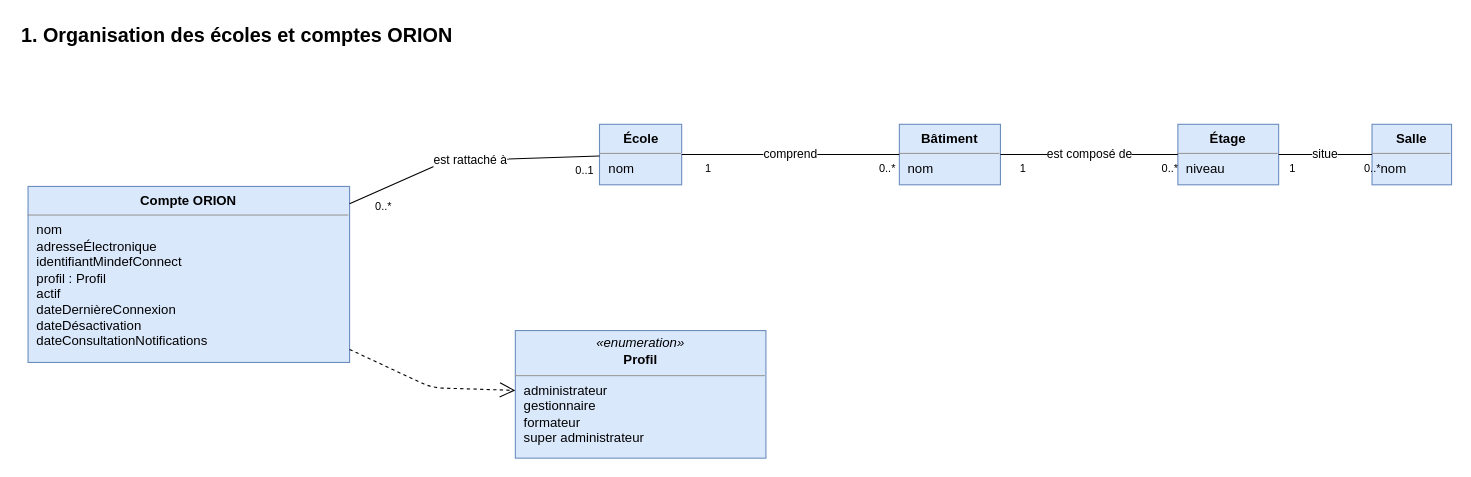
Before: page "Organisation des écoles et comptes ORION" (1 of 5) of docs/02-ANALYSE/02-CAPTURE-DES-BESOINS/09-DIAGRAMME-CLASSES-METIER.drawio in bpierrelouis/aster, a draw.io diagram. Source tidied: cells renumbered, new cells numbered last; positions are measured from the earlier drawing's top-left corner, leaving out a move shared by most shapes. Both pictures are drawn from the tidied source at 110%, with x=0, y=0 at pixel (19, 19).
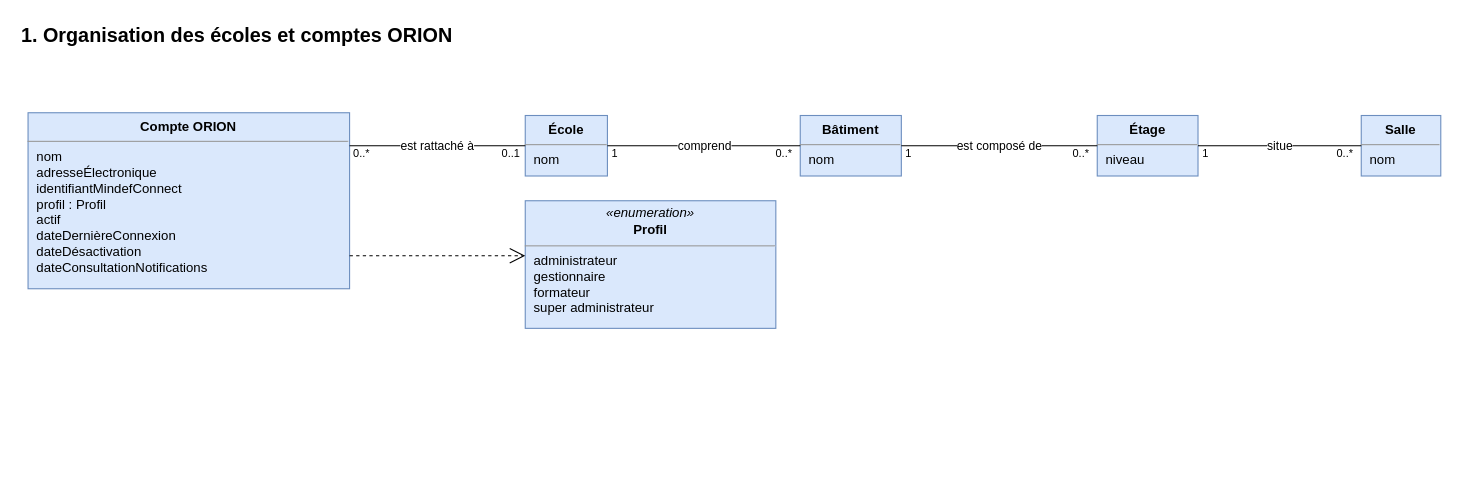
The same page after the edit.

The edit, as a diff of the source:
```diff
@@
     <mxCell id="3" value="&lt;p style=&quot;margin:0;margin-top:6px;text-align:center;&quot;&gt;&lt;b&gt;École&lt;/b&gt;&lt;/p&gt;&lt;hr size=&quot;1&quot;/&gt;&lt;p style=&quot;margin:0;margin-left:8px;&quot;&gt;nom&lt;/p&gt;" style="verticalAlign=top;align=left;overflow=fill;html=1;whiteSpace=wrap;fontSize=12;fillColor=#dae8fc;strokeColor=#6c8ebf;" parent="1" vertex="1">
-      <mxGeometry x="527.5" y="95.5" width="74.7" height="55" as="geometry" />
+      <mxGeometry x="460" y="87.5" width="74.7" height="55" as="geometry" />
     </mxCell>
     <mxCell id="4" value="&lt;p style=&quot;margin:0;margin-top:6px;text-align:center;&quot;&gt;&lt;b&gt;Bâtiment&lt;/b&gt;&lt;/p&gt;&lt;hr size=&quot;1&quot;/&gt;&lt;p style=&quot;margin:0;margin-left:8px;&quot;&gt;nom&lt;/p&gt;" style="verticalAlign=top;align=left;overflow=fill;html=1;whiteSpace=wrap;fontSize=12;fillColor=#dae8fc;strokeColor=#6c8ebf;" parent="1" vertex="1">
-      <mxGeometry x="800.1" y="95.5" width="91.9" height="55" as="geometry" />
+      <mxGeometry x="710" y="87.5" width="91.9" height="55" as="geometry" />
     </mxCell>
     <mxCell id="5" value="&lt;p style=&quot;margin:0;margin-top:6px;text-align:center;&quot;&gt;&lt;b&gt;Étage&lt;/b&gt;&lt;/p&gt;&lt;hr size=&quot;1&quot;/&gt;&lt;p style=&quot;margin:0;margin-left:8px;&quot;&gt;niveau&lt;/p&gt;" style="verticalAlign=top;align=left;overflow=fill;html=1;whiteSpace=wrap;fontSize=12;fillColor=#dae8fc;strokeColor=#6c8ebf;" parent="1" vertex="1">
-      <mxGeometry x="1053.3" y="95.5" width="91.6" height="55" as="geometry" />
+      <mxGeometry x="980" y="87.5" width="91.6" height="55" as="geometry" />
     </mxCell>
     <mxCell id="6" value="&lt;p style=&quot;margin:0;margin-top:6px;text-align:center;&quot;&gt;&lt;b&gt;Salle&lt;/b&gt;&lt;/p&gt;&lt;hr size=&quot;1&quot;/&gt;&lt;p style=&quot;margin:0;margin-left:8px;&quot;&gt;nom&lt;/p&gt;" style="verticalAlign=top;align=left;overflow=fill;html=1;whiteSpace=wrap;fontSize=12;fillColor=#dae8fc;strokeColor=#6c8ebf;" parent="1" vertex="1">
-      <mxGeometry x="1229.8" y="95.5" width="72.3" height="55" as="geometry" />
+      <mxGeometry x="1220" y="87.5" width="72.3" height="55" as="geometry" />
     </mxCell>
     <mxCell id="7" value="&lt;p style=&quot;margin:0;margin-top:6px;text-align:center;&quot;&gt;&lt;b&gt;Compte ORION&lt;/b&gt;&lt;/p&gt;&lt;hr size=&quot;1&quot;/&gt;&lt;p style=&quot;margin:0;margin-left:8px;&quot;&gt;nom&lt;br&gt;adresseÉlectronique&lt;br&gt;identifiantMindefConnect&lt;br&gt;profil : Profil&lt;br&gt;actif&lt;br&gt;dateDernièreConnexion&lt;br&gt;dateDésactivation&lt;br&gt;dateConsultationNotifications&lt;/p&gt;" style="verticalAlign=top;align=left;overflow=fill;html=1;whiteSpace=wrap;fontSize=12;fillColor=#dae8fc;strokeColor=#6c8ebf;" parent="1" vertex="1">
-      <mxGeometry x="8" y="152" width="292.3" height="160" as="geometry" />
+      <mxGeometry x="8" y="85" width="292.3" height="160" as="geometry" />
     </mxCell>
     <mxCell id="8" value="&lt;p style=&quot;margin:0;margin-top:4px;text-align:center;&quot;&gt;&lt;i&gt;«enumeration»&lt;/i&gt;&lt;/p&gt;&lt;p style=&quot;margin:0;margin-top:2px;text-align:center;&quot;&gt;&lt;b&gt;Profil&lt;/b&gt;&lt;/p&gt;&lt;hr size=&quot;1&quot;/&gt;&lt;p style=&quot;margin:0;margin-left:8px;&quot;&gt;administrateur&lt;br&gt;gestionnaire&lt;br&gt;formateur&lt;br&gt;super administrateur&lt;/p&gt;" style="verticalAlign=top;align=left;overflow=fill;html=1;whiteSpace=wrap;fontSize=12;fillColor=#dae8fc;strokeColor=#6c8ebf;" parent="1" vertex="1">
-      <mxGeometry x="451" y="283" width="227.8" height="116" as="geometry" />
+      <mxGeometry x="460" y="165" width="227.8" height="116" as="geometry" />
     </mxCell>
-    <mxCell id="9" value="comprend" style="html=1;rounded=0;fontSize=11;labelBackgroundColor=#ffffff;endArrow=none;startArrow=none;rounded=1;" parent="1" edge="1" source="3" target="4">
+    <mxCell id="9" value="comprend" style="html=1;rounded=0;fontSize=11;labelBackgroundColor=#ffffff;endArrow=none;startArrow=none;rounded=1;exitX=1.0;exitY=0.5;exitDx=0;exitDy=0;exitPerimeter=0;entryX=0.0;entryY=0.5;entryDx=0;entryDy=0;entryPerimeter=0;" parent="1" edge="1" source="3" target="4">
       <mxGeometry relative="1" as="geometry" />
     </mxCell>
     <mxCell id="10" value="1" style="edgeLabel;html=1;fontSize=10;labelBackgroundColor=none;" parent="9" vertex="1">
-      <mxGeometry x="-0.8" relative="1" as="geometry" />
+      <mxGeometry x="-1" relative="1" as="geometry">
+        <mxPoint x="2" y="-5" as="offset" />
+      </mxGeometry>
     </mxCell>
     <mxCell id="11" value="0..*" style="edgeLabel;html=1;fontSize=10;labelBackgroundColor=none;" parent="9" vertex="1">
-      <mxGeometry x="0.8" relative="1" as="geometry" />
+      <mxGeometry x="1" relative="1" as="geometry">
+        <mxPoint x="-23.6" y="-5" as="offset" />
+      </mxGeometry>
     </mxCell>
-    <mxCell id="12" value="est composé de" style="html=1;rounded=0;fontSize=11;labelBackgroundColor=#ffffff;endArrow=none;startArrow=none;rounded=1;" parent="1" edge="1" source="4" target="5">
+    <mxCell id="12" value="est composé de" style="html=1;rounded=0;fontSize=11;labelBackgroundColor=#ffffff;endArrow=none;startArrow=none;rounded=1;exitX=1.0;exitY=0.5;exitDx=0;exitDy=0;exitPerimeter=0;entryX=0.0;entryY=0.5;entryDx=0;entryDy=0;entryPerimeter=0;" parent="1" edge="1" source="4" target="5">
       <mxGeometry relative="1" as="geometry" />
     </mxCell>
     <mxCell id="13" value="1" style="edgeLabel;html=1;fontSize=10;labelBackgroundColor=none;" parent="12" vertex="1">
-      <mxGeometry x="-0.8" relative="1" as="geometry" />
+      <mxGeometry x="-1" relative="1" as="geometry">
+        <mxPoint x="2" y="-5" as="offset" />
+      </mxGeometry>
     </mxCell>
     <mxCell id="14" value="0..*" style="edgeLabel;html=1;fontSize=10;labelBackgroundColor=none;" parent="12" vertex="1">
-      <mxGeometry x="0.8" relative="1" as="geometry" />
+      <mxGeometry x="1" relative="1" as="geometry">
+        <mxPoint x="-23.6" y="-5" as="offset" />
+      </mxGeometry>
     </mxCell>
-    <mxCell id="15" value="situe" style="html=1;rounded=0;fontSize=11;labelBackgroundColor=#ffffff;endArrow=none;startArrow=none;rounded=1;" parent="1" edge="1" source="5" target="6">
+    <mxCell id="15" value="situe" style="html=1;rounded=0;fontSize=11;labelBackgroundColor=#ffffff;endArrow=none;startArrow=none;rounded=1;exitX=1.0;exitY=0.5;exitDx=0;exitDy=0;exitPerimeter=0;entryX=0.0;entryY=0.5;entryDx=0;entryDy=0;entryPerimeter=0;" parent="1" edge="1" source="5" target="6">
       <mxGeometry relative="1" as="geometry" />
     </mxCell>
     <mxCell id="16" value="1" style="edgeLabel;html=1;fontSize=10;labelBackgroundColor=none;" parent="15" vertex="1">
-      <mxGeometry x="-0.8" relative="1" as="geometry" />
+      <mxGeometry x="-1" relative="1" as="geometry">
+        <mxPoint x="2" y="-5" as="offset" />
+      </mxGeometry>
     </mxCell>
     <mxCell id="17" value="0..*" style="edgeLabel;html=1;fontSize=10;labelBackgroundColor=none;" parent="15" vertex="1">
-      <mxGeometry x="0.8" relative="1" as="geometry" />
+      <mxGeometry x="1" relative="1" as="geometry">
+        <mxPoint x="-23.6" y="-5" as="offset" />
+      </mxGeometry>
     </mxCell>
-    <mxCell id="18" value="est rattaché à" style="html=1;rounded=0;fontSize=11;labelBackgroundColor=#ffffff;endArrow=none;startArrow=none;rounded=1;" parent="1" edge="1" source="7" target="3">
-      <mxGeometry relative="1" as="geometry">
-        <Array as="points">
-          <mxPoint x="388" y="129" />
-        </Array>
-      </mxGeometry>
+    <mxCell id="18" value="est rattaché à" style="html=1;rounded=0;fontSize=11;labelBackgroundColor=#ffffff;endArrow=none;startArrow=none;rounded=1;exitX=1.0;exitY=0.1875;exitDx=0;exitDy=0;exitPerimeter=0;entryX=0.0;entryY=0.5;entryDx=0;entryDy=0;entryPerimeter=0;" parent="1" edge="1" source="7" target="3">
+      <mxGeometry relative="1" as="geometry" />
     </mxCell>
     <mxCell id="19" value="0..*" style="edgeLabel;html=1;fontSize=10;labelBackgroundColor=none;" parent="18" vertex="1">
-      <mxGeometry x="-0.8" relative="1" as="geometry" />
+      <mxGeometry x="-1" relative="1" as="geometry">
+        <mxPoint x="2" y="-5" as="offset" />
+      </mxGeometry>
     </mxCell>
     <mxCell id="20" value="0..1" style="edgeLabel;html=1;fontSize=10;labelBackgroundColor=none;" parent="18" vertex="1">
-      <mxGeometry x="0.8" relative="1" as="geometry" />
+      <mxGeometry x="1" relative="1" as="geometry">
+        <mxPoint x="-23.6" y="-5" as="offset" />
+      </mxGeometry>
     </mxCell>
-    <mxCell id="21" style="html=1;rounded=0;fontSize=11;labelBackgroundColor=#ffffff;endArrow=open;endFill=0;endSize=12;startArrow=none;dashed=1;rounded=1;" parent="1" edge="1" source="7" target="8">
-      <mxGeometry relative="1" as="geometry">
-        <Array as="points">
-          <mxPoint x="375" y="335" />
-        </Array>
-      </mxGeometry>
+    <mxCell id="21" style="html=1;rounded=0;fontSize=11;labelBackgroundColor=#ffffff;endArrow=open;endFill=0;endSize=12;startArrow=none;dashed=1;rounded=1;exitX=1.0;exitY=0.8125;exitDx=0;exitDy=0;exitPerimeter=0;entryX=0.0;entryY=0.431;entryDx=0;entryDy=0;entryPerimeter=0;" parent="1" edge="1" source="7" target="8">
+      <mxGeometry relative="1" as="geometry" />
     </mxCell>
```
